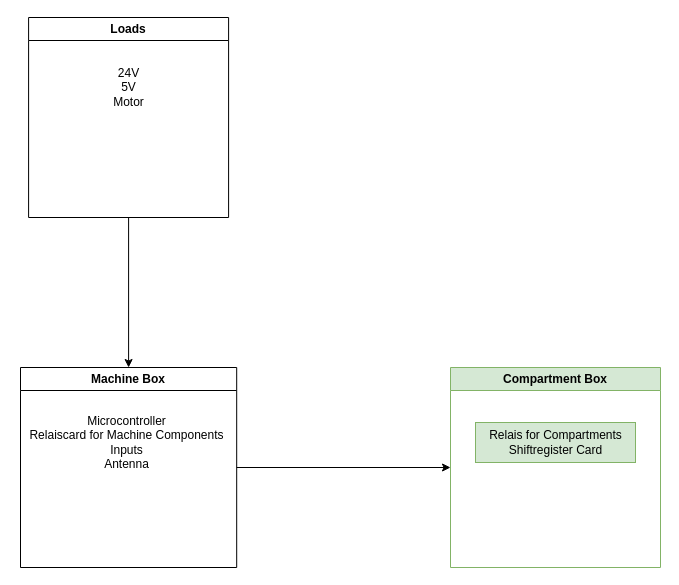
zhdk/MoniToniSelecta keeps this draw.io diagram as page "Concept" (1 of 3) of Documents/Hardware/Hardware_Concept_Meeting.drawio. Above is the earlier version. Source tidied: cells renumbered, new cells numbered last; positions are measured from the earlier drawing's top-left corner, leaving out a move shared by most shapes. Both pictures are drawn from the tidied source at 100%, with x=0, y=0 at pixel (16, 17).
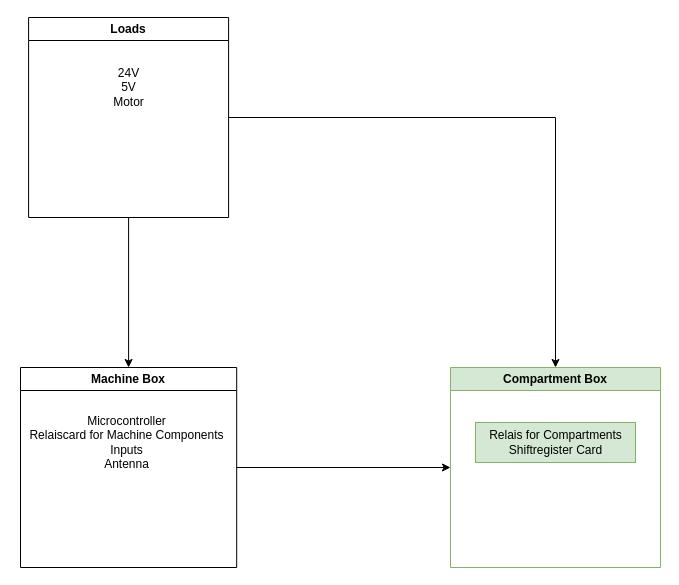
The same page after the edit.

Commit message:
hardware concept diagram

What changed in the source:
```diff
@@
 <mxGraphModel>
   <root>
     <mxCell id="0" />
     <mxCell id="1" parent="0" />
     <mxCell id="2" style="edgeStyle=orthogonalEdgeStyle;rounded=0;jettySize=auto;html=1;exitX=1;exitY=0.5;exitDx=0;exitDy=0;entryX=0;entryY=0.5;entryDx=0;entryDy=0;" parent="1" edge="1" source="3" target="5">
       <mxGeometry relative="1" as="geometry" />
     </mxCell>
     <mxCell id="3" value="Machine Box" style="swimlane;whiteSpace=wrap;html=1;" parent="1" vertex="1">
       <mxGeometry x="4" y="350" width="216.2" height="200" as="geometry" />
     </mxCell>
     <mxCell id="4" value="Microcontroller&lt;div&gt;Relaiscard for Machine Components&lt;/div&gt;&lt;div&gt;Inputs&lt;/div&gt;&lt;div&gt;Antenna&lt;/div&gt;" style="text;html=1;align=center;verticalAlign=middle;strokeColor=none;fillColor=none;" parent="3" vertex="1">
       <mxGeometry x="-3.8" y="40" width="220" height="70" as="geometry" />
     </mxCell>
     <mxCell id="5" value="Compartment Box" style="swimlane;whiteSpace=wrap;html=1;fillColor=#d5e8d4;strokeColor=#82b366;" parent="1" vertex="1">
       <mxGeometry x="434" y="350" width="210" height="200" as="geometry" />
     </mxCell>
     <mxCell id="6" value="&lt;div&gt;Relais for Compartments&lt;/div&gt;&lt;div&gt;Shiftregister Card&lt;/div&gt;" style="text;html=1;align=center;verticalAlign=middle;strokeColor=#82b366;fillColor=#d5e8d4;" parent="5" vertex="1">
       <mxGeometry x="25" y="55" width="160" height="40" as="geometry" />
     </mxCell>
     <mxCell id="7" style="edgeStyle=orthogonalEdgeStyle;rounded=0;jettySize=auto;html=1;" parent="1" edge="1" source="8" target="3">
       <mxGeometry relative="1" as="geometry" />
     </mxCell>
+    <mxCell id="10" style="edgeStyle=orthogonalEdgeStyle;rounded=0;jettySize=auto;html=1;entryX=0.5;entryY=0;entryDx=0;entryDy=0;" parent="1" edge="1" source="8" target="5">
+      <mxGeometry relative="1" as="geometry" />
+    </mxCell>
     <mxCell id="8" value="Loads" style="swimlane;whiteSpace=wrap;html=1;" parent="1" vertex="1">
       <mxGeometry x="12.1" width="200" height="200" as="geometry" />
     </mxCell>
     <mxCell id="9" value="24V&lt;div&gt;5V&lt;br&gt;&lt;div&gt;Motor&lt;/div&gt;&lt;/div&gt;" style="text;html=1;align=center;verticalAlign=middle;strokeColor=none;fillColor=none;" parent="8" vertex="1">
       <mxGeometry x="75" y="40" width="50" height="60" as="geometry" />
     </mxCell>
   </root>
 </mxGraphModel>
```
